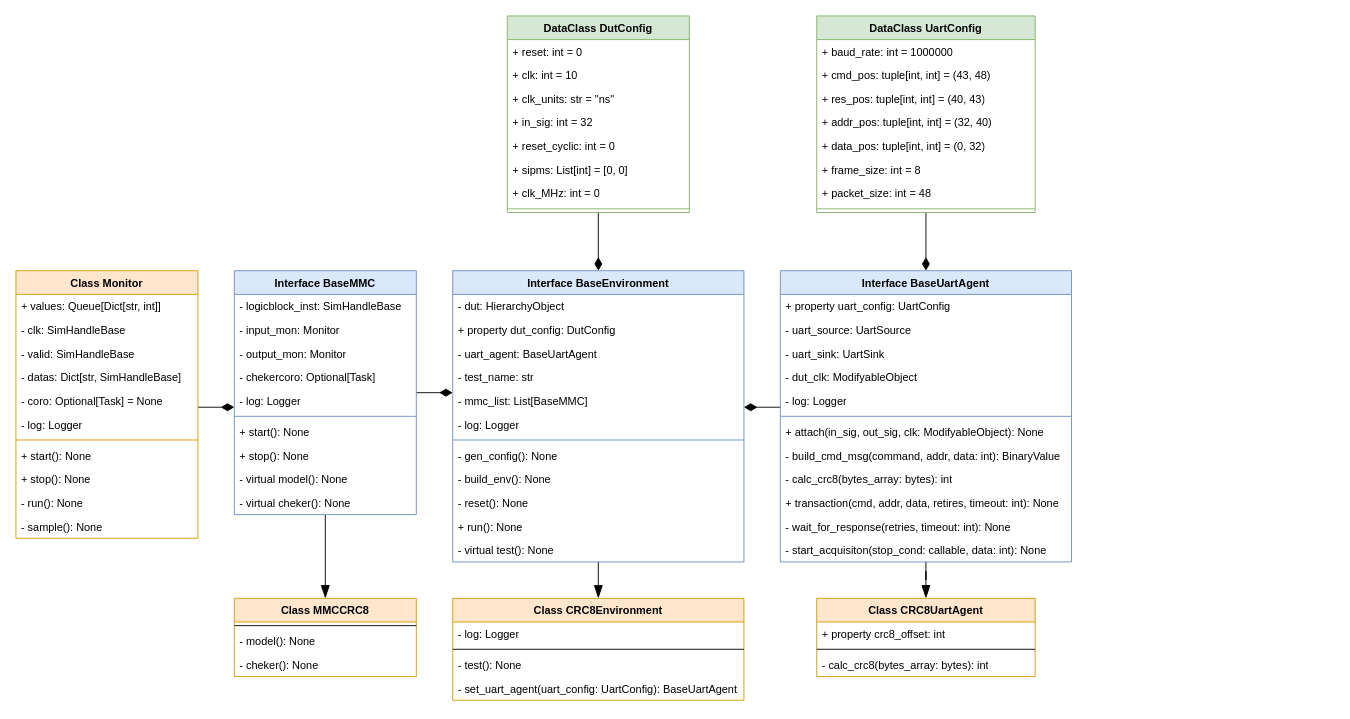
The draw.io diagram UML.drawio in florentcournoyer16/S8APP1, before the edit. Source tidied: cells renumbered, new cells numbered last; positions are measured from the earlier drawing's top-left corner, leaving out a move shared by most shapes. Both pictures are drawn from the tidied source at 91%, with x=0, y=0 at pixel (15, 15).
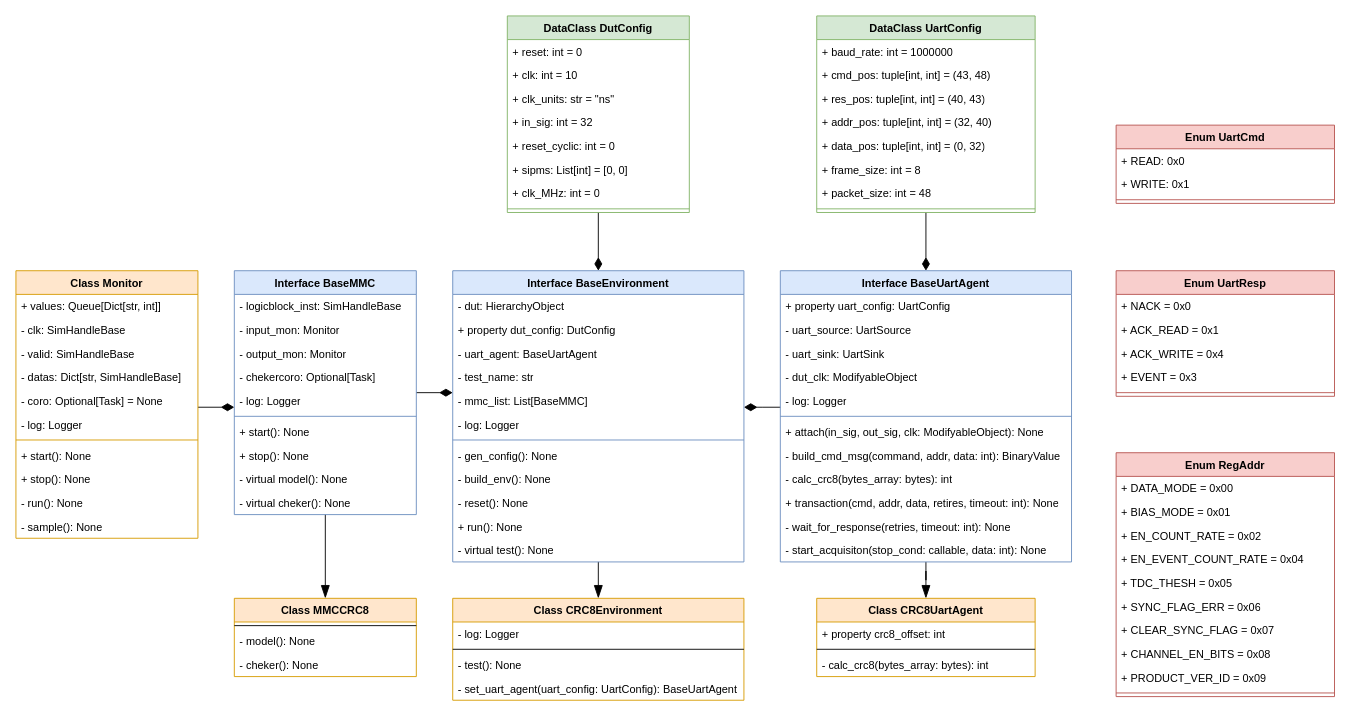
After the change.

Commit message:
added enums to UML

The edit, as a diff of the source:
```diff
@@
+    <mxCell id="90" value="Enum UartCmd" style="swimlane;fontStyle=1;align=center;verticalAlign=top;horizontal=1;startSize=26;whiteSpace=wrap;html=1;fillColor=#f8cecc;strokeColor=#b85450;" parent="1" vertex="1">
+      <mxGeometry x="1209" y="120" width="240" height="86" as="geometry" />
+    </mxCell>
+    <mxCell id="91" value="+ READ: 0x0" style="text;strokeColor=none;fillColor=none;align=left;verticalAlign=top;spacingLeft=4;spacingRight=4;overflow=hidden;whiteSpace=wrap;html=1;" parent="90" vertex="1">
+      <mxGeometry y="26" width="240" height="26" as="geometry" />
+    </mxCell>
+    <mxCell id="92" value="+ WRITE: 0x1" style="text;strokeColor=none;fillColor=none;align=left;verticalAlign=top;spacingLeft=4;spacingRight=4;overflow=hidden;whiteSpace=wrap;html=1;" parent="90" vertex="1">
+      <mxGeometry y="52" width="240" height="26" as="geometry" />
+    </mxCell>
+    <mxCell id="93" style="line;strokeWidth=1;fillColor=none;align=left;verticalAlign=middle;spacingTop=-1;spacingLeft=3;spacingRight=3;labelPosition=right;strokeColor=inherit;" parent="90" vertex="1">
+      <mxGeometry y="78" width="240" height="8" as="geometry" />
+    </mxCell>
+    <mxCell id="94" value="Enum UartResp" style="swimlane;fontStyle=1;align=center;verticalAlign=top;horizontal=1;startSize=26;whiteSpace=wrap;html=1;fillColor=#f8cecc;strokeColor=#b85450;" parent="1" vertex="1">
+      <mxGeometry x="1209" y="280" width="240" height="138" as="geometry" />
+    </mxCell>
+    <mxCell id="95" value="+ NACK = 0x0" style="text;strokeColor=none;fillColor=none;align=left;verticalAlign=top;spacingLeft=4;spacingRight=4;overflow=hidden;whiteSpace=wrap;html=1;" parent="94" vertex="1">
+      <mxGeometry y="26" width="240" height="26" as="geometry" />
+    </mxCell>
+    <mxCell id="96" value="+ ACK_READ = 0x1" style="text;strokeColor=none;fillColor=none;align=left;verticalAlign=top;spacingLeft=4;spacingRight=4;overflow=hidden;whiteSpace=wrap;html=1;" parent="94" vertex="1">
+      <mxGeometry y="52" width="240" height="26" as="geometry" />
+    </mxCell>
+    <mxCell id="97" value="+ ACK_WRITE = 0x4" style="text;strokeColor=none;fillColor=none;align=left;verticalAlign=top;spacingLeft=4;spacingRight=4;overflow=hidden;whiteSpace=wrap;html=1;" parent="94" vertex="1">
+      <mxGeometry y="78" width="240" height="26" as="geometry" />
+    </mxCell>
+    <mxCell id="98" value="+ EVENT = 0x3" style="text;strokeColor=none;fillColor=none;align=left;verticalAlign=top;spacingLeft=4;spacingRight=4;overflow=hidden;whiteSpace=wrap;html=1;" parent="94" vertex="1">
+      <mxGeometry y="104" width="240" height="26" as="geometry" />
+    </mxCell>
+    <mxCell id="99" style="line;strokeWidth=1;fillColor=none;align=left;verticalAlign=middle;spacingTop=-1;spacingLeft=3;spacingRight=3;labelPosition=right;strokeColor=inherit;" parent="94" vertex="1">
+      <mxGeometry y="130" width="240" height="8" as="geometry" />
+    </mxCell>
+    <mxCell id="100" value="Enum RegAddr" style="swimlane;fontStyle=1;align=center;verticalAlign=top;horizontal=1;startSize=26;whiteSpace=wrap;html=1;fillColor=#f8cecc;strokeColor=#b85450;" parent="1" vertex="1">
+      <mxGeometry x="1209" y="480" width="240" height="268" as="geometry" />
+    </mxCell>
+    <mxCell id="101" value="+&amp;nbsp;DATA_MODE = 0x00" style="text;strokeColor=none;fillColor=none;align=left;verticalAlign=top;spacingLeft=4;spacingRight=4;overflow=hidden;whiteSpace=wrap;html=1;" parent="100" vertex="1">
+      <mxGeometry y="26" width="240" height="26" as="geometry" />
+    </mxCell>
+    <mxCell id="102" value="+ BIAS_MODE = 0x01" style="text;strokeColor=none;fillColor=none;align=left;verticalAlign=top;spacingLeft=4;spacingRight=4;overflow=hidden;whiteSpace=wrap;html=1;" parent="100" vertex="1">
+      <mxGeometry y="52" width="240" height="26" as="geometry" />
+    </mxCell>
+    <mxCell id="103" value="+ EN_COUNT_RATE = 0x02" style="text;strokeColor=none;fillColor=none;align=left;verticalAlign=top;spacingLeft=4;spacingRight=4;overflow=hidden;whiteSpace=wrap;html=1;" parent="100" vertex="1">
+      <mxGeometry y="78" width="240" height="26" as="geometry" />
+    </mxCell>
+    <mxCell id="104" value="+ EN_EVENT_COUNT_RATE = 0x04" style="text;strokeColor=none;fillColor=none;align=left;verticalAlign=top;spacingLeft=4;spacingRight=4;overflow=hidden;whiteSpace=wrap;html=1;" parent="100" vertex="1">
+      <mxGeometry y="104" width="240" height="26" as="geometry" />
+    </mxCell>
+    <mxCell id="105" value="+ TDC_THESH = 0x05" style="text;strokeColor=none;fillColor=none;align=left;verticalAlign=top;spacingLeft=4;spacingRight=4;overflow=hidden;whiteSpace=wrap;html=1;" parent="100" vertex="1">
+      <mxGeometry y="130" width="240" height="26" as="geometry" />
+    </mxCell>
+    <mxCell id="106" value="+&amp;nbsp;SYNC_FLAG_ERR = 0x06" style="text;strokeColor=none;fillColor=none;align=left;verticalAlign=top;spacingLeft=4;spacingRight=4;overflow=hidden;whiteSpace=wrap;html=1;" parent="100" vertex="1">
+      <mxGeometry y="156" width="240" height="26" as="geometry" />
+    </mxCell>
+    <mxCell id="107" value="+ CLEAR_SYNC_FLAG = 0x07" style="text;strokeColor=none;fillColor=none;align=left;verticalAlign=top;spacingLeft=4;spacingRight=4;overflow=hidden;whiteSpace=wrap;html=1;" parent="100" vertex="1">
+      <mxGeometry y="182" width="240" height="26" as="geometry" />
+    </mxCell>
+    <mxCell id="108" value="+&amp;nbsp;CHANNEL_EN_BITS&amp;nbsp;&lt;span style=&quot;background-color: initial;&quot;&gt;= 0x08&lt;/span&gt;" style="text;strokeColor=none;fillColor=none;align=left;verticalAlign=top;spacingLeft=4;spacingRight=4;overflow=hidden;whiteSpace=wrap;html=1;" parent="100" vertex="1">
+      <mxGeometry y="208" width="240" height="26" as="geometry" />
+    </mxCell>
+    <mxCell id="109" value="+&amp;nbsp;PRODUCT_VER_ID&amp;nbsp;&lt;span style=&quot;background-color: initial;&quot;&gt;= 0x09&lt;/span&gt;" style="text;strokeColor=none;fillColor=none;align=left;verticalAlign=top;spacingLeft=4;spacingRight=4;overflow=hidden;whiteSpace=wrap;html=1;" parent="100" vertex="1">
+      <mxGeometry y="234" width="240" height="26" as="geometry" />
+    </mxCell>
+    <mxCell id="110" style="line;strokeWidth=1;fillColor=none;align=left;verticalAlign=middle;spacingTop=-1;spacingLeft=3;spacingRight=3;labelPosition=right;strokeColor=inherit;" parent="100" vertex="1">
+      <mxGeometry y="260" width="240" height="8" as="geometry" />
+    </mxCell>
```
